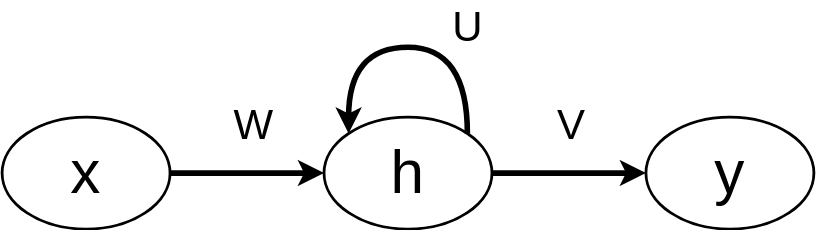
This is img/RNN_0.svg from Ol333/hate-arising-labs, a draw.io export, as it was before one commit. Source tidied: cells renumbered, new cells last; positions are measured from the earlier drawing's top-left corner, leaving out a move shared by most shapes. The source it was exported from:
```xml
<mxGraphModel>
  <root>
    <mxCell id="0" />
    <mxCell id="1" parent="0" />
    <mxCell id="2" style="rounded=0;jettySize=auto;html=1;exitX=1;exitY=0.5;exitDx=0;exitDy=0;entryX=0;entryY=0.5;entryDx=0;entryDy=0;strokeWidth=4;" parent="1" edge="1" source="3" target="6">
      <mxGeometry relative="1" as="geometry" />
    </mxCell>
    <mxCell id="3" value="x" style="ellipse;whiteSpace=wrap;html=1;fontSize=43;strokeWidth=2;fillColor=none;" parent="1" vertex="1">
      <mxGeometry y="80" width="120" height="80" as="geometry" />
    </mxCell>
    <mxCell id="4" value="y" style="ellipse;whiteSpace=wrap;html=1;fontSize=43;strokeWidth=2;fillColor=none;" parent="1" vertex="1">
      <mxGeometry x="460" y="80" width="120" height="80" as="geometry" />
    </mxCell>
    <mxCell id="5" style="rounded=0;jettySize=auto;html=1;exitX=1;exitY=0.5;exitDx=0;exitDy=0;entryX=0;entryY=0.5;entryDx=0;entryDy=0;strokeWidth=4;" parent="1" edge="1" source="6" target="4">
      <mxGeometry relative="1" as="geometry" />
    </mxCell>
    <mxCell id="6" value="h" style="ellipse;whiteSpace=wrap;html=1;fontSize=43;strokeWidth=2;fillColor=none;" parent="1" vertex="1">
      <mxGeometry x="230" y="80" width="120" height="80" as="geometry" />
    </mxCell>
    <mxCell id="7" value="U" style="text;html=1;align=center;verticalAlign=middle;whiteSpace=wrap;rounded=0;fontSize=30;strokeColor=none;fontColor=#000000;" parent="1" vertex="1">
      <mxGeometry x="303" width="60" height="30" as="geometry" />
    </mxCell>
    <mxCell id="8" value="V" style="text;html=1;align=center;verticalAlign=middle;whiteSpace=wrap;rounded=0;fontSize=30;strokeColor=none;fontColor=#000000;" parent="1" vertex="1">
      <mxGeometry x="377" y="70" width="60" height="30" as="geometry" />
    </mxCell>
    <mxCell id="9" value="W" style="text;html=1;align=center;verticalAlign=middle;whiteSpace=wrap;rounded=0;fontSize=30;strokeColor=none;fontColor=#000000;" parent="1" vertex="1">
      <mxGeometry x="150" y="70" width="60" height="30" as="geometry" />
    </mxCell>
    <mxCell id="10" style="edgeStyle=orthogonalEdgeStyle;rounded=0;orthogonalLoop=1;jettySize=auto;html=1;exitX=0;exitY=0;exitDx=0;exitDy=0;entryX=1;entryY=0;entryDx=0;entryDy=0;curved=1;strokeWidth=4;endArrow=none;endFill=0;startArrow=classic;startFill=1;" parent="1" edge="1" source="6" target="6">
      <mxGeometry relative="1" as="geometry">
        <Array as="points">
          <mxPoint x="248" y="30" />
          <mxPoint x="332" y="30" />
        </Array>
      </mxGeometry>
    </mxCell>
  </root>
</mxGraphModel>
```
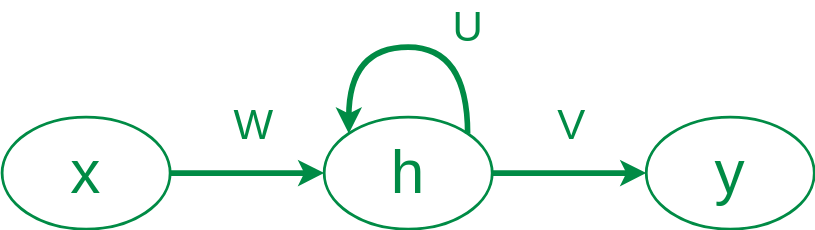
After the change.

Change to the diagram source:
```diff
@@ -2,31 +2,31 @@
   <root>
     <mxCell id="0" />
     <mxCell id="1" parent="0" />
-    <mxCell id="2" style="rounded=0;jettySize=auto;html=1;exitX=1;exitY=0.5;exitDx=0;exitDy=0;entryX=0;entryY=0.5;entryDx=0;entryDy=0;strokeWidth=4;" parent="1" edge="1" source="3" target="6">
+    <mxCell id="2" style="rounded=0;jettySize=auto;html=1;exitX=1;exitY=0.5;exitDx=0;exitDy=0;entryX=0;entryY=0.5;entryDx=0;entryDy=0;strokeWidth=4;strokeColor=#008b45;labelBackgroundColor=none;fontColor=#008B45;" parent="1" edge="1" source="3" target="6">
       <mxGeometry relative="1" as="geometry" />
     </mxCell>
-    <mxCell id="3" value="x" style="ellipse;whiteSpace=wrap;html=1;fontSize=43;strokeWidth=2;fillColor=none;" parent="1" vertex="1">
+    <mxCell id="3" value="x" style="ellipse;whiteSpace=wrap;html=1;fontSize=43;strokeWidth=2;fillColor=none;strokeColor=#008b45;labelBackgroundColor=none;fontColor=#008B45;" parent="1" vertex="1">
       <mxGeometry y="80" width="120" height="80" as="geometry" />
     </mxCell>
-    <mxCell id="4" value="y" style="ellipse;whiteSpace=wrap;html=1;fontSize=43;strokeWidth=2;fillColor=none;" parent="1" vertex="1">
+    <mxCell id="4" value="y" style="ellipse;whiteSpace=wrap;html=1;fontSize=43;strokeWidth=2;fillColor=none;strokeColor=#008b45;labelBackgroundColor=none;fontColor=#008B45;" parent="1" vertex="1">
       <mxGeometry x="460" y="80" width="120" height="80" as="geometry" />
     </mxCell>
-    <mxCell id="5" style="rounded=0;jettySize=auto;html=1;exitX=1;exitY=0.5;exitDx=0;exitDy=0;entryX=0;entryY=0.5;entryDx=0;entryDy=0;strokeWidth=4;" parent="1" edge="1" source="6" target="4">
+    <mxCell id="5" style="rounded=0;jettySize=auto;html=1;exitX=1;exitY=0.5;exitDx=0;exitDy=0;entryX=0;entryY=0.5;entryDx=0;entryDy=0;strokeWidth=4;strokeColor=#008b45;labelBackgroundColor=none;fontColor=#008B45;" parent="1" edge="1" source="6" target="4">
       <mxGeometry relative="1" as="geometry" />
     </mxCell>
-    <mxCell id="6" value="h" style="ellipse;whiteSpace=wrap;html=1;fontSize=43;strokeWidth=2;fillColor=none;" parent="1" vertex="1">
+    <mxCell id="6" value="h" style="ellipse;whiteSpace=wrap;html=1;fontSize=43;strokeWidth=2;fillColor=none;strokeColor=#008b45;labelBackgroundColor=none;fontColor=#008B45;" parent="1" vertex="1">
       <mxGeometry x="230" y="80" width="120" height="80" as="geometry" />
     </mxCell>
-    <mxCell id="7" value="U" style="text;html=1;align=center;verticalAlign=middle;whiteSpace=wrap;rounded=0;fontSize=30;strokeColor=none;fontColor=#000000;" parent="1" vertex="1">
+    <mxCell id="7" value="U" style="text;html=1;align=center;verticalAlign=middle;whiteSpace=wrap;rounded=0;fontSize=30;strokeColor=none;fontColor=#008B45;labelBackgroundColor=none;" parent="1" vertex="1">
       <mxGeometry x="303" width="60" height="30" as="geometry" />
     </mxCell>
-    <mxCell id="8" value="V" style="text;html=1;align=center;verticalAlign=middle;whiteSpace=wrap;rounded=0;fontSize=30;strokeColor=none;fontColor=#000000;" parent="1" vertex="1">
+    <mxCell id="8" value="V" style="text;html=1;align=center;verticalAlign=middle;whiteSpace=wrap;rounded=0;fontSize=30;strokeColor=none;fontColor=#008B45;labelBackgroundColor=none;" parent="1" vertex="1">
       <mxGeometry x="377" y="70" width="60" height="30" as="geometry" />
     </mxCell>
-    <mxCell id="9" value="W" style="text;html=1;align=center;verticalAlign=middle;whiteSpace=wrap;rounded=0;fontSize=30;strokeColor=none;fontColor=#000000;" parent="1" vertex="1">
+    <mxCell id="9" value="W" style="text;html=1;align=center;verticalAlign=middle;whiteSpace=wrap;rounded=0;fontSize=30;strokeColor=none;fontColor=#008B45;labelBackgroundColor=none;" parent="1" vertex="1">
       <mxGeometry x="150" y="70" width="60" height="30" as="geometry" />
     </mxCell>
-    <mxCell id="10" style="edgeStyle=orthogonalEdgeStyle;rounded=0;orthogonalLoop=1;jettySize=auto;html=1;exitX=0;exitY=0;exitDx=0;exitDy=0;entryX=1;entryY=0;entryDx=0;entryDy=0;curved=1;strokeWidth=4;endArrow=none;endFill=0;startArrow=classic;startFill=1;" parent="1" edge="1" source="6" target="6">
+    <mxCell id="10" style="edgeStyle=orthogonalEdgeStyle;rounded=0;orthogonalLoop=1;jettySize=auto;html=1;exitX=0;exitY=0;exitDx=0;exitDy=0;entryX=1;entryY=0;entryDx=0;entryDy=0;curved=1;strokeWidth=4;endArrow=none;endFill=0;startArrow=classic;startFill=1;strokeColor=#008b45;labelBackgroundColor=none;fontColor=#008B45;" parent="1" edge="1" source="6" target="6">
       <mxGeometry relative="1" as="geometry">
         <Array as="points">
           <mxPoint x="248" y="30" />
```
